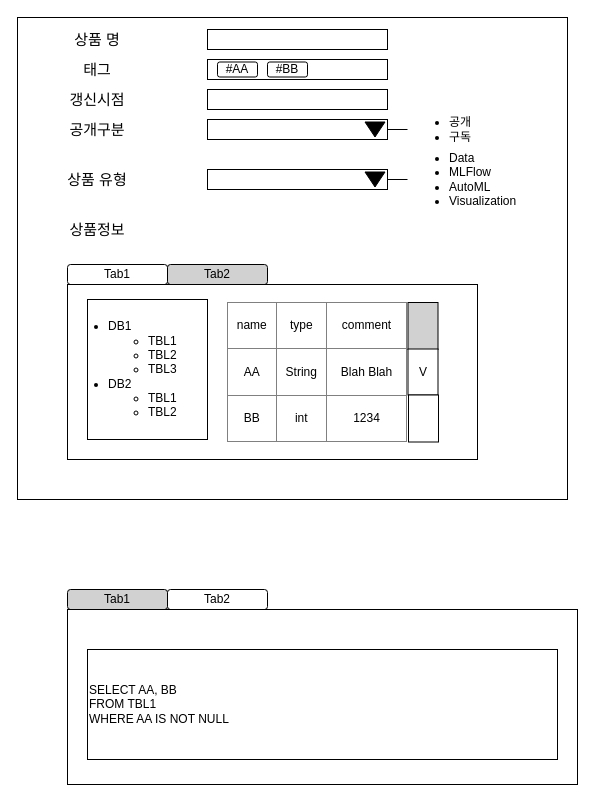
salme1541/drawioRepo keeps this draw.io diagram as 상품등록.drawio. Above is the earlier version. Source tidied: cells renumbered, new cells numbered last; positions are measured from the earlier drawing's top-left corner, leaving out a move shared by most shapes. Both pictures are drawn from the tidied source at 100%, with x=0, y=0 at pixel (17, 17).
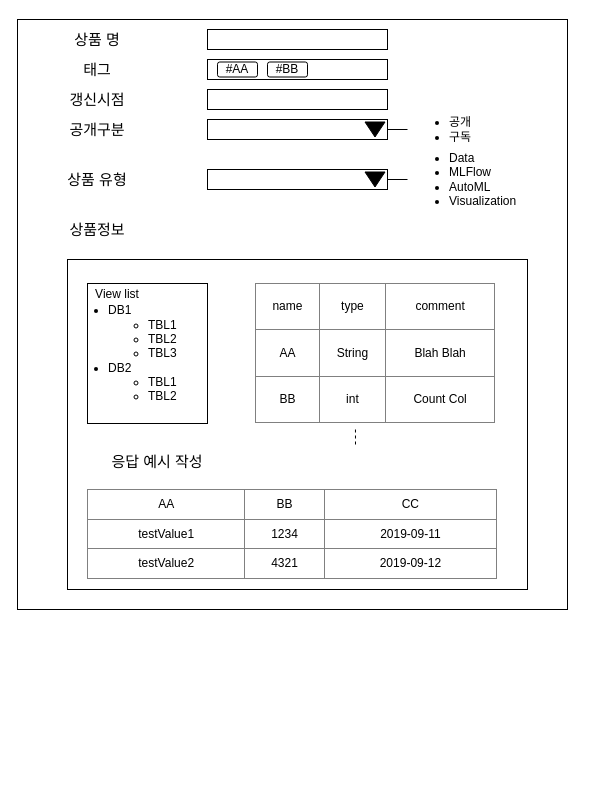
Above is the later version.

Commit message:
상품등록.drawio 업데이트

What changed in the source:
```diff
@@
     <mxCell id="2" style="rounded=0;whiteSpace=wrap;html=1;fillColor=#FFFFFF;" parent="1" vertex="1">
-      <mxGeometry width="550" height="482" as="geometry" />
+      <mxGeometry y="2" width="550" height="590" as="geometry" />
     </mxCell>
@@
-    <mxCell id="22" value="Tab1" style="rounded=1;whiteSpace=wrap;html=1;fillColor=#FFFFFF;" parent="1" vertex="1">
-      <mxGeometry x="50" y="247" width="100" height="20" as="geometry" />
-    </mxCell>
-    <mxCell id="23" value="Tab2" style="rounded=1;whiteSpace=wrap;html=1;fillColor=#D1D1D1;" parent="1" vertex="1">
-      <mxGeometry x="150" y="247" width="100" height="20" as="geometry" />
-    </mxCell>
     <mxCell id="24" style="rounded=0;whiteSpace=wrap;html=1;fillColor=#FFFFFF;" parent="1" vertex="1">
-      <mxGeometry x="50" y="267" width="410" height="175" as="geometry" />
+      <mxGeometry x="50" y="242" width="460" height="330" as="geometry" />
     </mxCell>
     <mxCell id="25" value="&lt;ul&gt;&lt;li&gt;DB1&lt;/li&gt;&lt;ul&gt;&lt;li&gt;TBL1&lt;/li&gt;&lt;li&gt;TBL2&lt;/li&gt;&lt;li&gt;TBL3&lt;/li&gt;&lt;/ul&gt;&lt;li&gt;DB2&lt;/li&gt;&lt;ul&gt;&lt;li&gt;TBL1&lt;/li&gt;&lt;li&gt;TBL2&lt;/li&gt;&lt;/ul&gt;&lt;/ul&gt;" style="rounded=0;whiteSpace=wrap;html=1;fillColor=#FFFFFF;align=left;spacingLeft=-21;" parent="1" vertex="1">
-      <mxGeometry x="70" y="282" width="120" height="140" as="geometry" />
+      <mxGeometry x="70" y="266" width="120" height="140" as="geometry" />
     </mxCell>
-    <mxCell id="26" style="group;" parent="1" vertex="1">
-      <mxGeometry x="210" y="284.5" width="211" height="140" as="geometry" />
-    </mxCell>
-    <mxCell id="27" value="&lt;table border=&quot;1&quot; width=&quot;100%&quot; style=&quot;width: 100% ; height: 100% ; border-collapse: collapse&quot;&gt;&lt;tbody&gt;&lt;tr&gt;&lt;td align=&quot;center&quot;&gt;name&lt;/td&gt;&lt;td align=&quot;center&quot;&gt;type&lt;/td&gt;&lt;td align=&quot;center&quot;&gt;comment&lt;/td&gt;&lt;/tr&gt;&lt;tr&gt;&lt;td align=&quot;center&quot;&gt;AA&lt;/td&gt;&lt;td align=&quot;center&quot;&gt;String&lt;/td&gt;&lt;td align=&quot;center&quot;&gt;Blah Blah&lt;/td&gt;&lt;/tr&gt;&lt;tr&gt;&lt;td align=&quot;center&quot;&gt;BB&lt;/td&gt;&lt;td align=&quot;center&quot;&gt;int&lt;/td&gt;&lt;td align=&quot;center&quot;&gt;1234&lt;/td&gt;&lt;/tr&gt;&lt;/tbody&gt;&lt;/table&gt;" style="text;html=1;strokeColor=none;fillColor=none;overflow=fill;" parent="26" vertex="1">
-      <mxGeometry width="180" height="140" as="geometry" />
+    <mxCell id="27" value="&lt;table border=&quot;1&quot; width=&quot;100%&quot; style=&quot;width: 100% ; height: 100% ; border-collapse: collapse&quot;&gt;&lt;tbody&gt;&lt;tr&gt;&lt;td align=&quot;center&quot;&gt;name&lt;/td&gt;&lt;td align=&quot;center&quot;&gt;type&lt;/td&gt;&lt;td align=&quot;center&quot;&gt;comment&lt;/td&gt;&lt;/tr&gt;&lt;tr&gt;&lt;td align=&quot;center&quot;&gt;AA&lt;/td&gt;&lt;td align=&quot;center&quot;&gt;String&lt;/td&gt;&lt;td align=&quot;center&quot;&gt;Blah Blah&lt;/td&gt;&lt;/tr&gt;&lt;tr&gt;&lt;td align=&quot;center&quot;&gt;BB&lt;/td&gt;&lt;td align=&quot;center&quot;&gt;int&lt;/td&gt;&lt;td align=&quot;center&quot;&gt;Count Col&lt;/td&gt;&lt;/tr&gt;&lt;/tbody&gt;&lt;/table&gt;" style="text;html=1;strokeColor=none;fillColor=none;overflow=fill;" parent="1" vertex="1">
+      <mxGeometry x="237.5" y="266" width="240" height="140" as="geometry" />
     </mxCell>
-    <mxCell id="28" style="rounded=0;whiteSpace=wrap;html=1;fillColor=#D1D1D1;" parent="26" vertex="1">
-      <mxGeometry x="180.5" y="0.5" width="30" height="47" as="geometry" />
-    </mxCell>
-    <mxCell id="29" value="V" style="rounded=0;whiteSpace=wrap;html=1;fillColor=#FFFFFF;" parent="26" vertex="1">
-      <mxGeometry x="180.5" y="47" width="30" height="46" as="geometry" />
-    </mxCell>
-    <mxCell id="30" style="rounded=0;whiteSpace=wrap;html=1;fillColor=#FFFFFF;" parent="26" vertex="1">
-      <mxGeometry x="181" y="93" width="30" height="47" as="geometry" />
-    </mxCell>
-    <mxCell id="31" value="Tab1" style="rounded=1;whiteSpace=wrap;html=1;fillColor=#D1D1D1;" parent="1" vertex="1">
-      <mxGeometry x="50" y="572" width="100" height="20" as="geometry" />
-    </mxCell>
-    <mxCell id="32" value="Tab2" style="rounded=1;whiteSpace=wrap;html=1;fillColor=#FFFFFF;" parent="1" vertex="1">
-      <mxGeometry x="150" y="572" width="100" height="20" as="geometry" />
-    </mxCell>
-    <mxCell id="33" style="rounded=0;whiteSpace=wrap;html=1;fillColor=#FFFFFF;" parent="1" vertex="1">
-      <mxGeometry x="50" y="592" width="510" height="175" as="geometry" />
-    </mxCell>
-    <mxCell id="34" value="SELECT AA, BB &lt;br&gt;FROM TBL1&lt;br&gt;WHERE AA IS NOT NULL" style="rounded=0;whiteSpace=wrap;html=1;fillColor=#FFFFFF;align=left;" parent="1" vertex="1">
-      <mxGeometry x="70" y="632" width="470" height="110" as="geometry" />
-    </mxCell>
+    <mxCell id="35" value="View list" style="text;html=1;strokeColor=none;fillColor=none;align=center;verticalAlign=middle;whiteSpace=wrap;rounded=0;" parent="1" vertex="1">
+      <mxGeometry x="70" y="259" width="60" height="35" as="geometry" />
+    </mxCell>
+    <mxCell id="36" value="&lt;table border=&quot;1&quot; width=&quot;100%&quot; style=&quot;width: 100% ; height: 100% ; border-collapse: collapse&quot;&gt;&lt;tbody&gt;&lt;tr&gt;&lt;td align=&quot;center&quot;&gt;AA&lt;/td&gt;&lt;td align=&quot;center&quot;&gt;BB&lt;/td&gt;&lt;td align=&quot;center&quot;&gt;&lt;span style=&quot;background-color: rgb(255 , 255 , 255)&quot;&gt;CC&lt;/span&gt;&lt;/td&gt;&lt;/tr&gt;&lt;tr&gt;&lt;td align=&quot;center&quot;&gt;testValue1&lt;/td&gt;&lt;td align=&quot;center&quot;&gt;1234&lt;/td&gt;&lt;td align=&quot;center&quot;&gt;2019-09-11&lt;/td&gt;&lt;/tr&gt;&lt;tr&gt;&lt;td align=&quot;center&quot;&gt;testValue2&lt;/td&gt;&lt;td align=&quot;center&quot;&gt;4321&lt;/td&gt;&lt;td align=&quot;center&quot;&gt;2019-09-12&lt;br&gt;&lt;/td&gt;&lt;/tr&gt;&lt;/tbody&gt;&lt;/table&gt;" style="text;html=1;strokeColor=none;fillColor=none;overflow=fill;" parent="1" vertex="1">
+      <mxGeometry x="70" y="472" width="410" height="90" as="geometry" />
+    </mxCell>
+    <mxCell id="37" value="&lt;span style=&quot;font-size: 15px&quot;&gt;응답 예시 작성&lt;/span&gt;" style="text;html=1;strokeColor=none;fillColor=none;align=center;verticalAlign=middle;whiteSpace=wrap;rounded=0;" parent="1" vertex="1">
+      <mxGeometry x="70" y="434" width="140" height="20" as="geometry" />
+    </mxCell>
+    <mxCell id="38" style="endArrow=none;dashed=1;html=1;entryX=0.626;entryY=0.512;entryDx=0;entryDy=0;entryPerimeter=0;" parent="1" edge="1" target="24">
+      <mxGeometry relative="1" as="geometry">
+        <mxPoint x="338" y="427" as="sourcePoint" />
+      </mxGeometry>
+    </mxCell>
```
